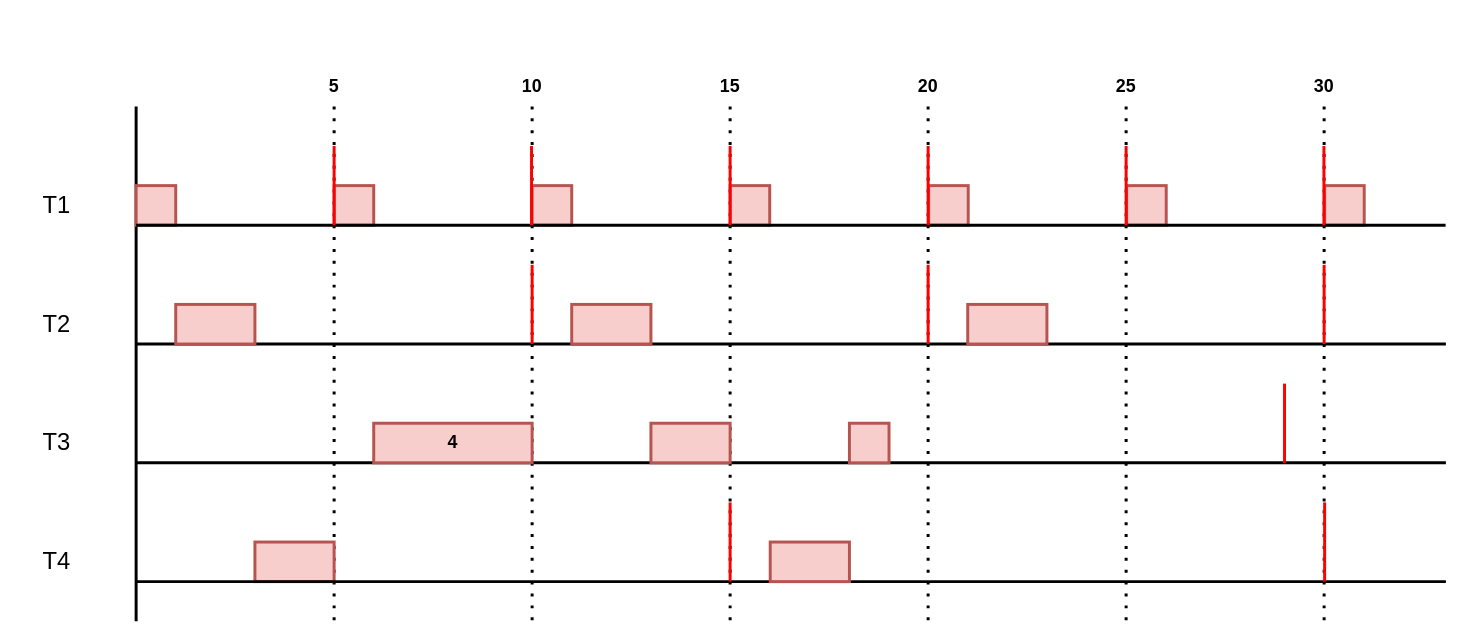
The draw.io diagram page "td1_ex1_d" (2 of 7) of TPs_scheduling/diagrammes.drawio in FlorianLatapie/PNS-SI4-S8_Capteurs_actionneurs_-_IA, before the edit. Source tidied: cells renumbered, new cells numbered last; positions are measured from the earlier drawing's top-left corner, leaving out a move shared by most shapes. Both pictures are drawn from the tidied source at 99%, with x=0, y=0 at pixel (17, 66).
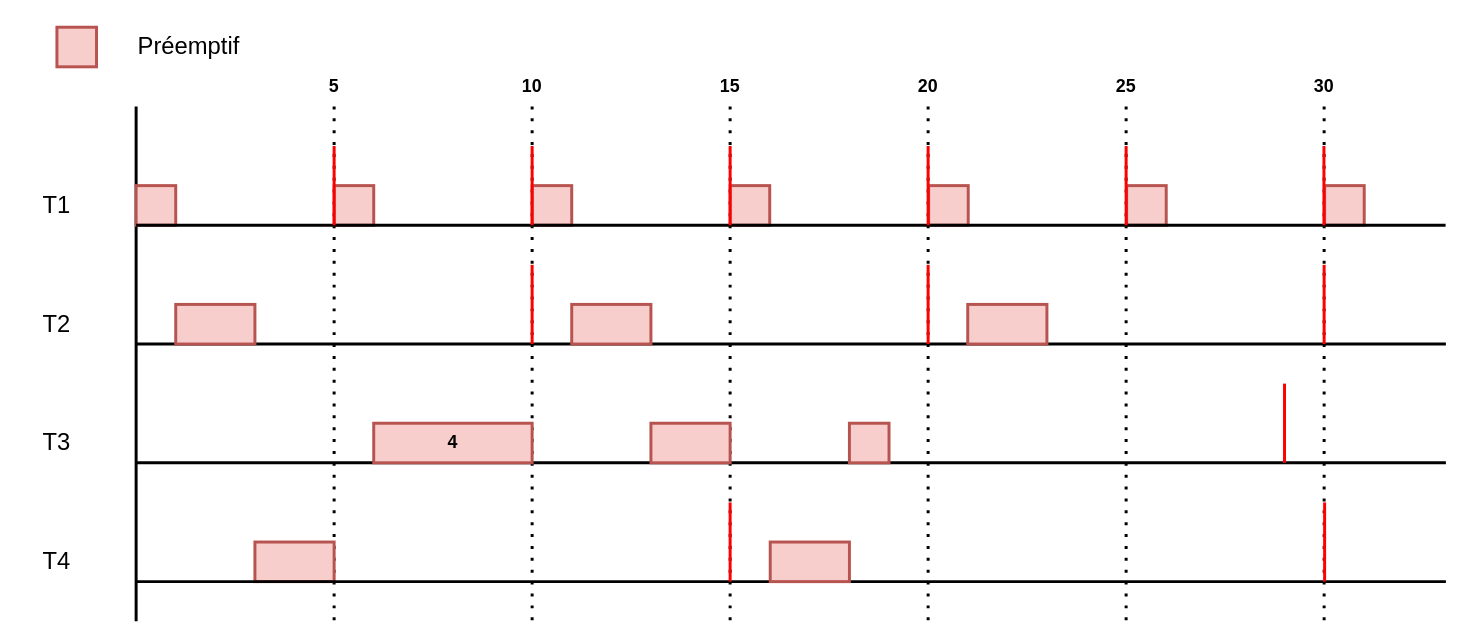
Above is the later version.

What changed in the source:
```diff
@@
     <mxCell id="32" style="endArrow=none;html=1;rounded=0;strokeWidth=3;fillColor=#f8cecc;strokeColor=#FF0000;" parent="1" edge="1">
       <mxGeometry relative="1" as="geometry">
-        <mxPoint x="519.4" y="160" as="sourcePoint" />
-        <mxPoint x="519.4" y="80" as="targetPoint" />
+        <mxPoint x="520" y="160" as="sourcePoint" />
+        <mxPoint x="520" y="80" as="targetPoint" />
       </mxGeometry>
     </mxCell>
@@
+    <mxCell id="50" style="rounded=0;whiteSpace=wrap;html=1;strokeWidth=3;fillColor=#f8cecc;strokeColor=#b85450;" parent="1" vertex="1">
+      <mxGeometry x="40" y="-40" width="40" height="40" as="geometry" />
+    </mxCell>
+    <mxCell id="51" value="&lt;h1&gt;&lt;span style=&quot;font-weight: normal;&quot;&gt;Préemptif&lt;/span&gt;&lt;/h1&gt;" style="text;html=1;strokeColor=none;fillColor=none;align=left;verticalAlign=middle;whiteSpace=wrap;rounded=0;" parent="1" vertex="1">
+      <mxGeometry x="120" y="-40" width="160" height="40" as="geometry" />
+    </mxCell>
```
